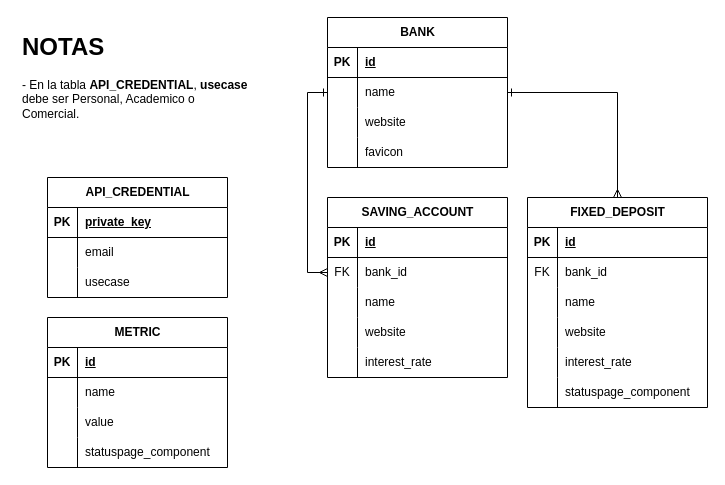
Before: docs/db/design.drawio in danielcgiraldo/findata-api, a draw.io diagram. Source tidied: cells renumbered, new cells numbered last; positions are measured from the earlier drawing's top-left corner, leaving out a move shared by most shapes. Both pictures are drawn from the tidied source at 100%, with x=0, y=0 at pixel (17, 17).
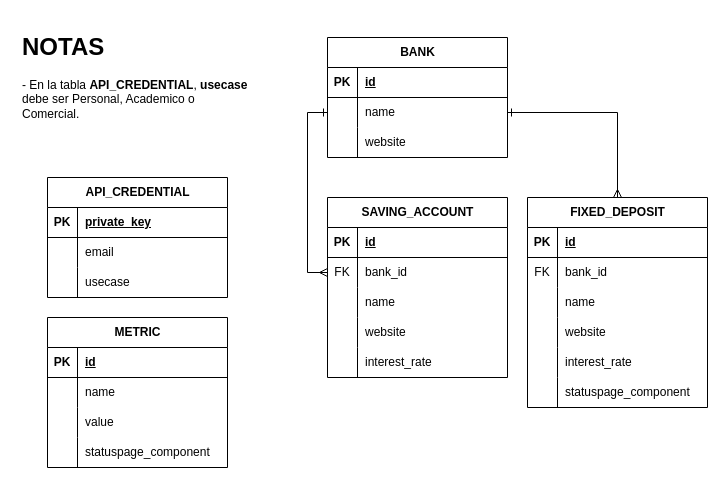
After the change.

What changed in the source:
```diff
@@
     <mxCell id="13" value="BANK" style="shape=table;startSize=30;childLayout=tableLayout;rowLines=0;fontStyle=1;align=center;html=1;" parent="1" vertex="1">
-      <mxGeometry x="310" width="180" height="150" as="geometry" />
+      <mxGeometry x="310" y="20" width="180" height="120" as="geometry" />
     </mxCell>
@@
-    <mxCell id="23" style="shape=tableRow;horizontal=0;startSize=0;swimlaneHead=0;swimlaneBody=0;fillColor=none;top=0;left=0;right=0;bottom=0;" parent="13" vertex="1">
-      <mxGeometry y="120" width="180" height="30" as="geometry" />
-    </mxCell>
-    <mxCell id="24" style="shape=partialRectangle;fillColor=none;top=0;left=0;bottom=0;right=0;overflow=hidden;whiteSpace=wrap;html=1;" parent="23" vertex="1">
-      <mxGeometry width="30" height="30" as="geometry" />
-    </mxCell>
-    <mxCell id="25" value="favicon" style="shape=partialRectangle;fillColor=none;top=0;left=0;bottom=0;right=0;align=left;spacingLeft=6;overflow=hidden;whiteSpace=wrap;html=1;" parent="23" vertex="1">
-      <mxGeometry x="30" width="150" height="30" as="geometry" />
-    </mxCell>
```
